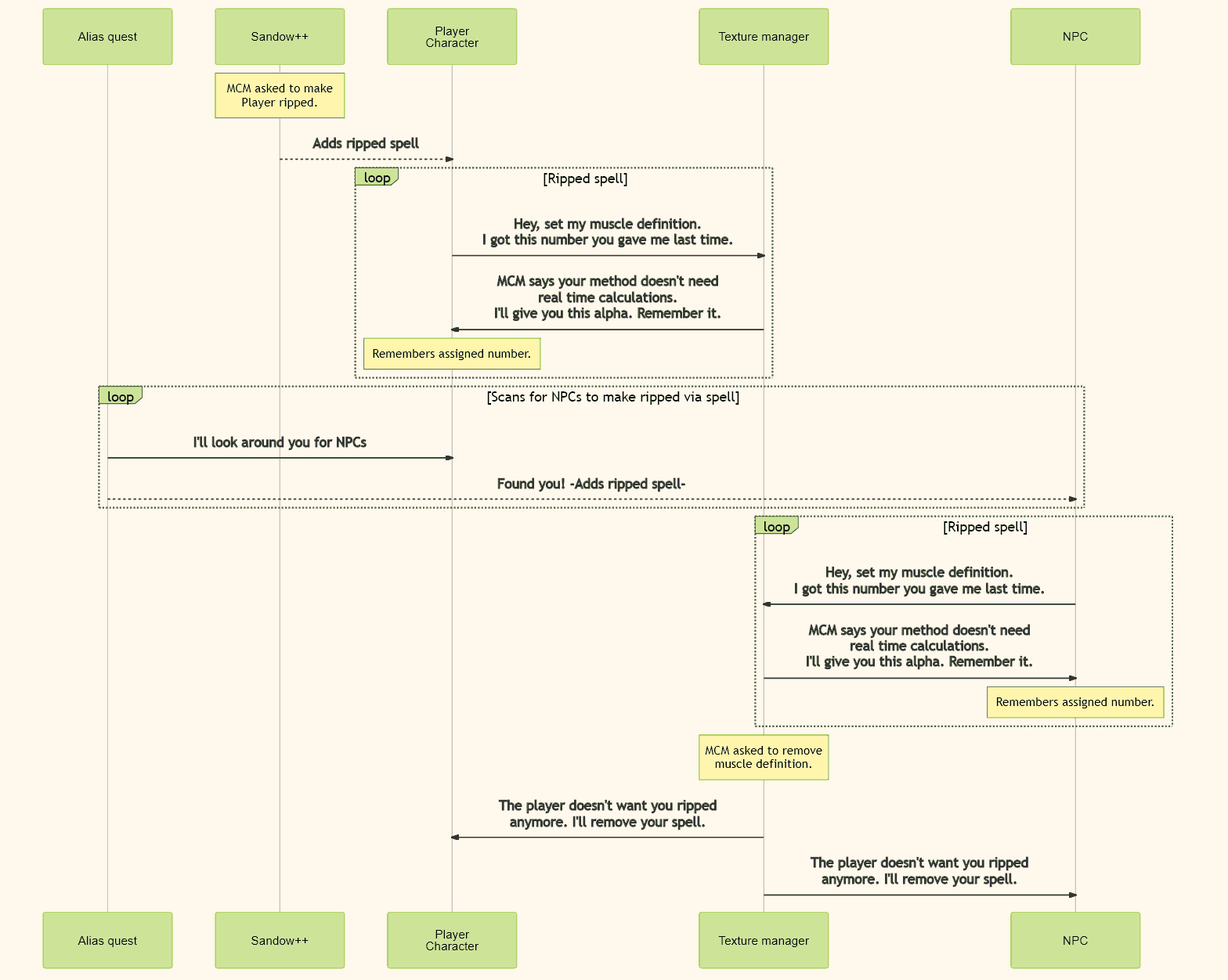
Before: docs/programmer/diagrams/ripped-system.png, a diagram exported from Mermaid (CarlosLeyvaAyala/Sandow-Plus-Plus). Its source is kept beside it as docs/programmer/diagrams/ripped-system.mmd.
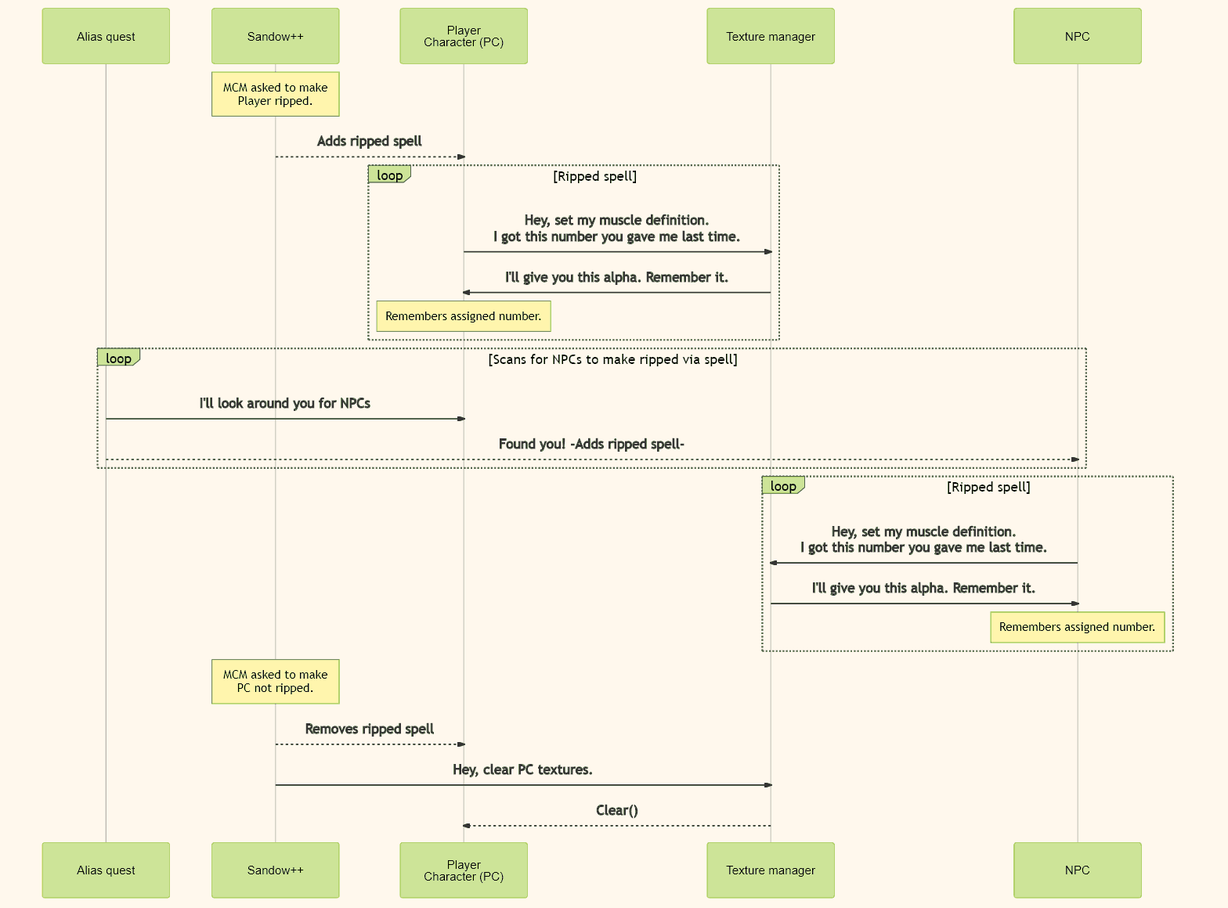
The same file after the commit.

Commit message:
Apply definitive Bruce Luee method

The edit, as a diff of the source:
```diff
@@ -1,14 +1,14 @@
 sequenceDiagram
 participant A as Alias quest
 participant M as Sandow++
-participant P as Player<br>Character
+participant P as Player<br>Character (PC)
 participant T as Texture manager
 participant N as NPC
 Note over M: MCM asked to make<br>Player ripped.
 M-->>P: Adds ripped spell
 loop Ripped spell
     P->>T: Hey, set my muscle definition.<br/>I got this number you gave me last time.
-    T->>P: MCM says your method doesn't need<br>real time calculations.<br/>I'll give you this alpha. Remember it.
+    T->>P: I'll give you this alpha. Remember it.
     Note over P: Remembers assigned number.
 end
 loop Scans for NPCs to make ripped via spell
@@ -17,9 +17,10 @@
 end
 loop Ripped spell
     N->>T: Hey, set my muscle definition.<br/>I got this number you gave me last time.
-    T->>N: MCM says your method doesn't need<br>real time calculations.<br/>I'll give you this alpha. Remember it.
+    T->>N: I'll give you this alpha. Remember it.
     Note over N: Remembers assigned number.
 end
-Note over T: MCM asked to remove<br> muscle definition.
-T->>P: The player doesn't want you ripped<br>anymore. I'll remove your spell.
-T->>N: The player doesn't want you ripped<br>anymore. I'll remove your spell.
+Note over M: MCM asked to make<br>PC not ripped.
+M-->>P: Removes ripped spell
+M->>T: Hey, clear PC textures.
+T-->>P: Clear()
```
